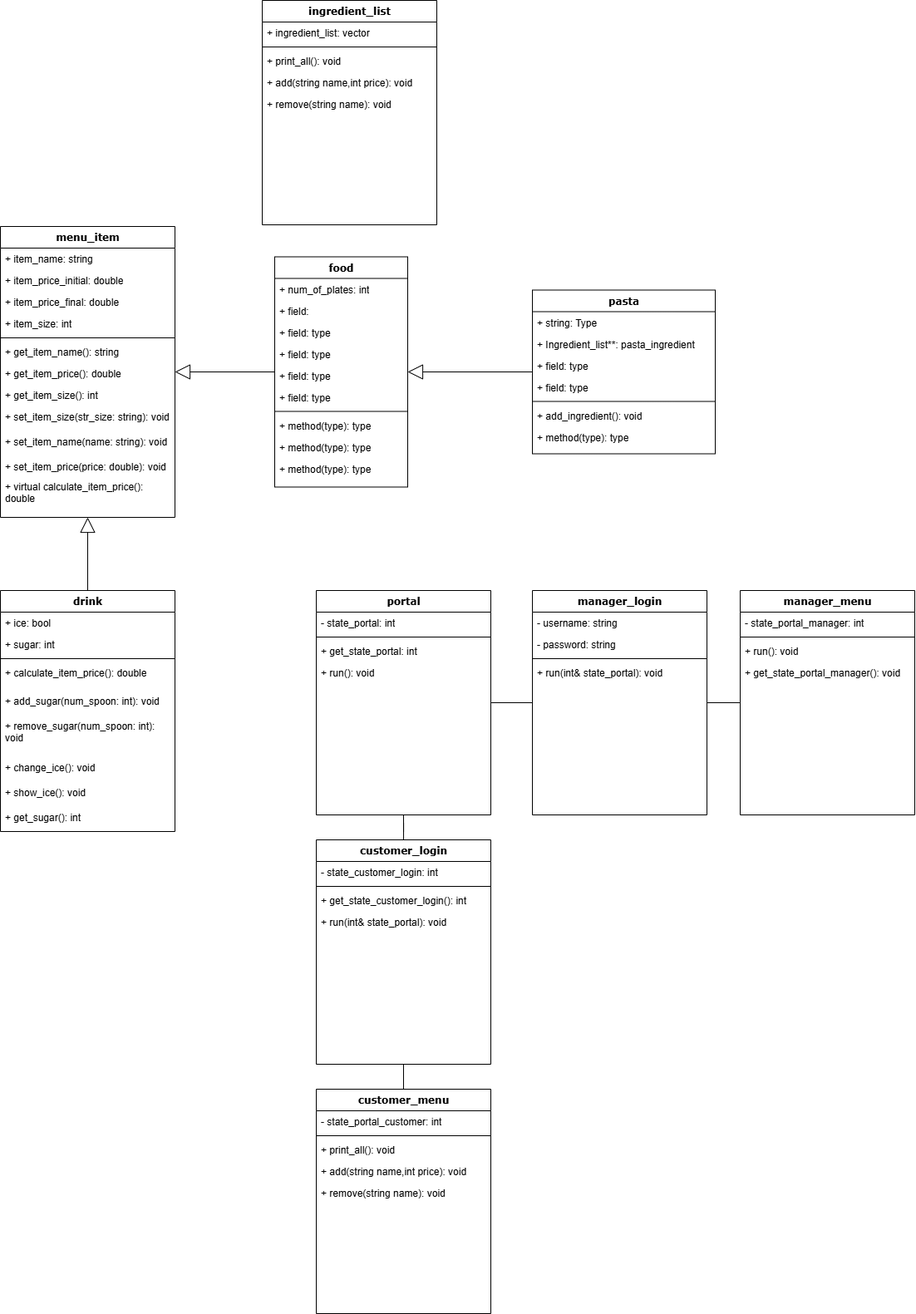
Before: UML.png, a diagram exported from draw.io (SohamA12345/Project). Source tidied: cells renumbered, new cells last; positions are measured from the earlier drawing's top-left corner, leaving out a move shared by most shapes.
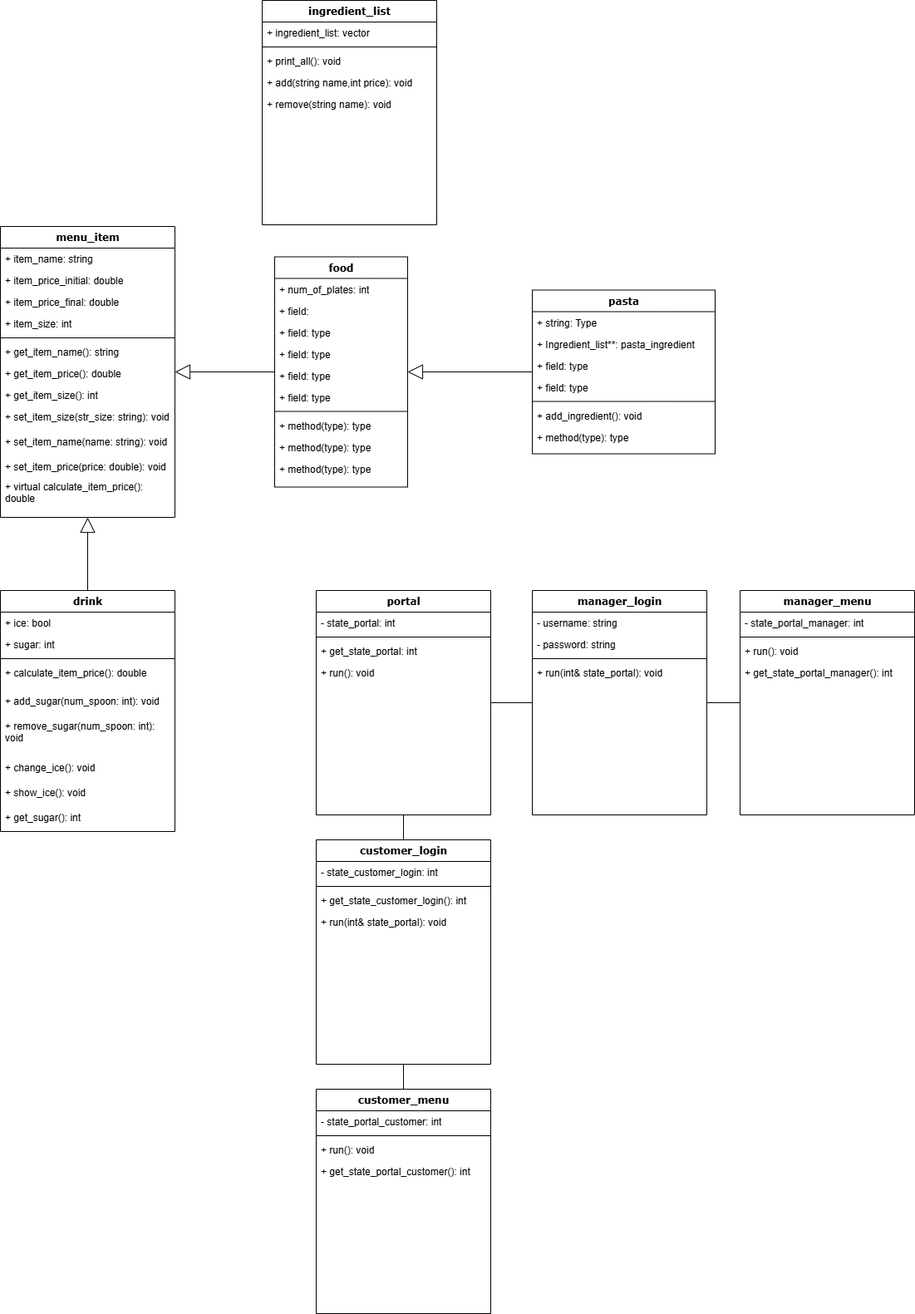
The same file after the commit.

Diff of the diagram source:
```diff
@@ -206,7 +206,7 @@
     <mxCell id="69" value="+ run(): void" style="text;html=1;strokeColor=none;fillColor=none;align=left;verticalAlign=top;spacingLeft=4;spacingRight=4;whiteSpace=wrap;overflow=hidden;" parent="66" vertex="1">
       <mxGeometry y="60" width="210" height="26" as="geometry" />
     </mxCell>
-    <mxCell id="70" value="+ get_state_portal_manager(): void" style="text;html=1;strokeColor=none;fillColor=none;align=left;verticalAlign=top;spacingLeft=4;spacingRight=4;whiteSpace=wrap;overflow=hidden;" parent="66" vertex="1">
+    <mxCell id="70" value="+ get_state_portal_manager(): int" style="text;html=1;strokeColor=none;fillColor=none;align=left;verticalAlign=top;spacingLeft=4;spacingRight=4;whiteSpace=wrap;overflow=hidden;" parent="66" vertex="1">
       <mxGeometry y="86" width="210" height="26" as="geometry" />
     </mxCell>
     <mxCell id="71" style="edgeStyle=orthogonalEdgeStyle;rounded=0;jettySize=auto;html=1;exitX=0.5;exitY=0;exitDx=0;exitDy=0;entryX=0.5;entryY=1;entryDx=0;entryDy=0;endArrow=none;endFill=0;" parent="1" edge="1" source="72" target="79">
@@ -221,15 +221,12 @@
     <mxCell id="74" style="line;html=1;strokeWidth=1;fillColor=none;align=left;verticalAlign=middle;spacingTop=-1;spacingLeft=3;spacingRight=3;labelPosition=right;" parent="72" vertex="1">
       <mxGeometry y="52" width="210" height="8" as="geometry" />
     </mxCell>
-    <mxCell id="75" value="+ print_all(): void" style="text;html=1;strokeColor=none;fillColor=none;align=left;verticalAlign=top;spacingLeft=4;spacingRight=4;whiteSpace=wrap;overflow=hidden;" parent="72" vertex="1">
+    <mxCell id="75" value="+ run(): void" style="text;html=1;strokeColor=none;fillColor=none;align=left;verticalAlign=top;spacingLeft=4;spacingRight=4;whiteSpace=wrap;overflow=hidden;" parent="72" vertex="1">
       <mxGeometry y="60" width="210" height="26" as="geometry" />
     </mxCell>
-    <mxCell id="76" value="+ add(string name,int price): void" style="text;html=1;strokeColor=none;fillColor=none;align=left;verticalAlign=top;spacingLeft=4;spacingRight=4;whiteSpace=wrap;overflow=hidden;" parent="72" vertex="1">
+    <mxCell id="76" value="+ get_state_portal_customer(): int" style="text;html=1;strokeColor=none;fillColor=none;align=left;verticalAlign=top;spacingLeft=4;spacingRight=4;whiteSpace=wrap;overflow=hidden;" parent="72" vertex="1">
       <mxGeometry y="86" width="210" height="26" as="geometry" />
     </mxCell>
-    <mxCell id="77" value="+ remove(string name): void" style="text;html=1;strokeColor=none;fillColor=none;align=left;verticalAlign=top;spacingLeft=4;spacingRight=4;whiteSpace=wrap;overflow=hidden;" parent="72" vertex="1">
-      <mxGeometry y="112" width="210" height="26" as="geometry" />
-    </mxCell>
     <mxCell id="78" style="edgeStyle=orthogonalEdgeStyle;rounded=0;jettySize=auto;html=1;entryX=0.5;entryY=1;entryDx=0;entryDy=0;endArrow=none;endFill=0;" parent="1" edge="1" source="79" target="54">
       <mxGeometry relative="1" as="geometry" />
     </mxCell>
```
